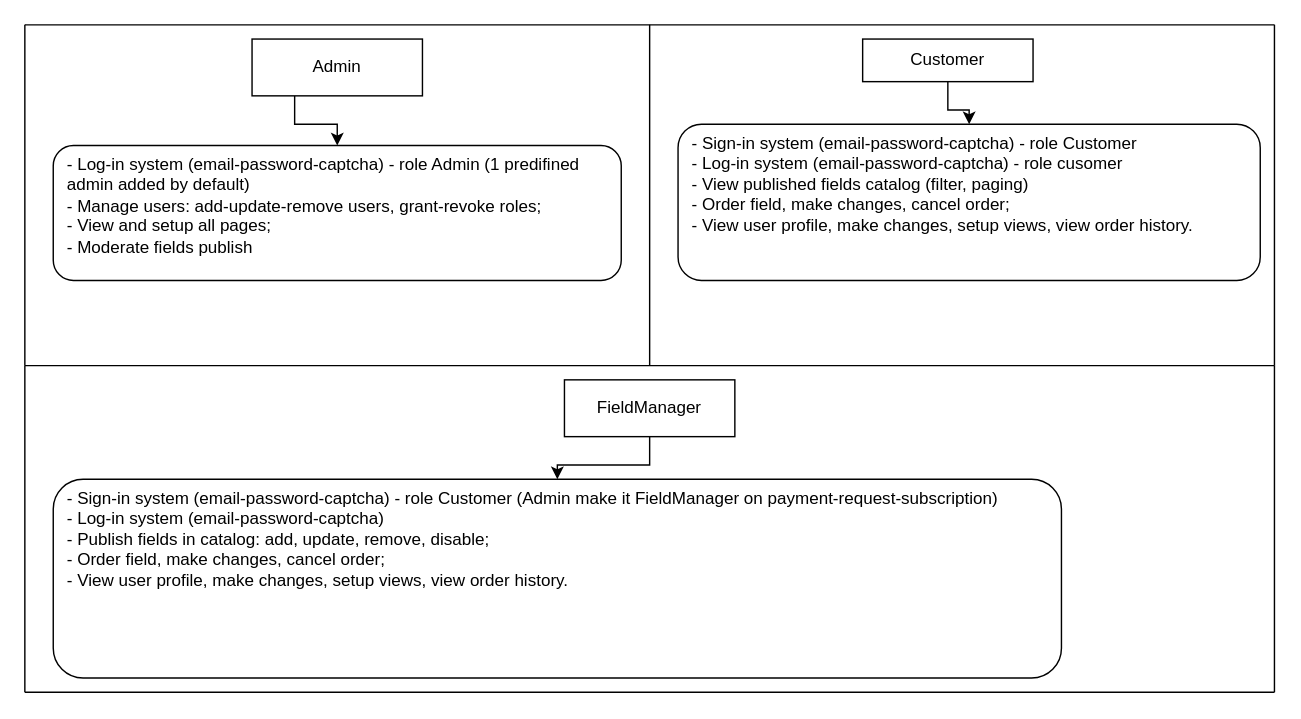
Earlier version of the draw.io diagram page "Страница — 1" (1 of 2) of renome_project/Диаграмма без названия.drawio (avolobuev/web). Source tidied: cells renumbered, new cells numbered last; positions are measured from the earlier drawing's top-left corner, leaving out a move shared by most shapes. Both pictures are drawn from the tidied source at 142%, with x=0, y=0 at pixel (24, 24).
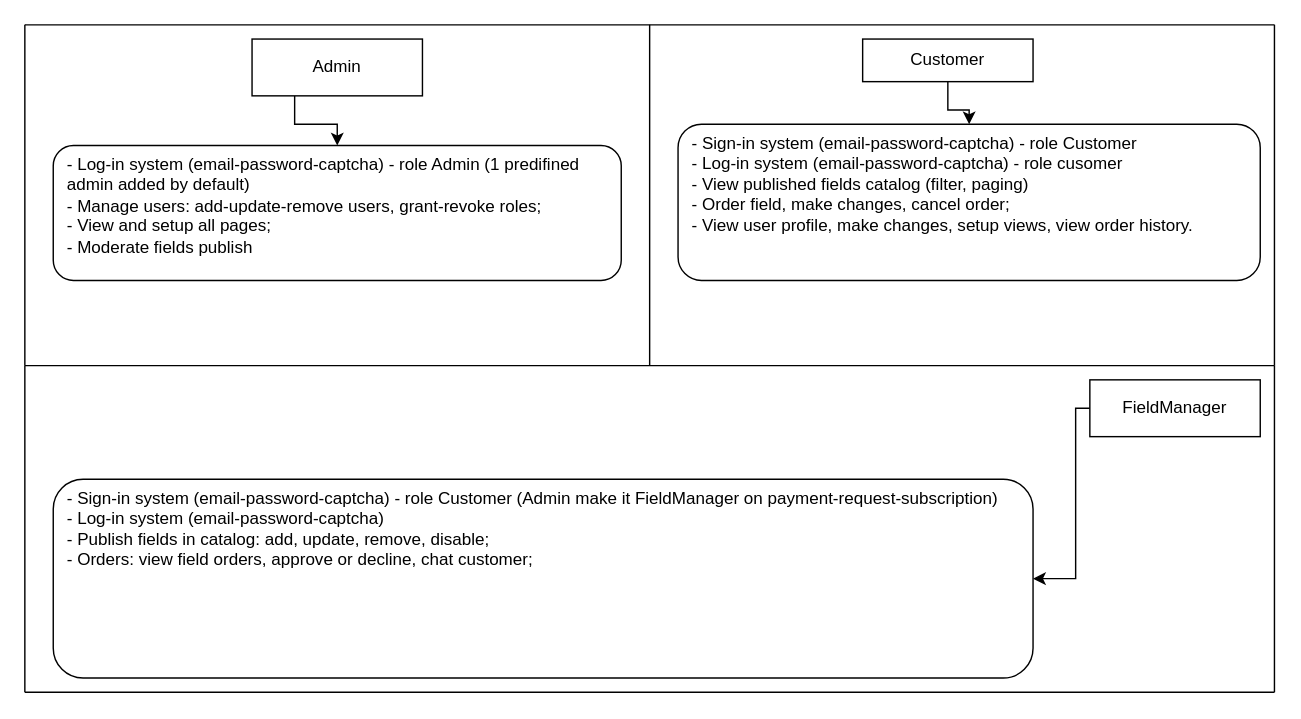
The same page after the edit.

The edit, as a diff of the source:
```diff
@@
-    <mxCell id="4" style="edgeStyle=orthogonalEdgeStyle;rounded=0;jettySize=auto;html=1;" parent="1" edge="1" source="5" target="17">
-      <mxGeometry relative="1" as="geometry" />
+    <mxCell id="4" style="edgeStyle=orthogonalEdgeStyle;rounded=0;jettySize=auto;html=1;entryX=1;entryY=0.5;entryDx=0;entryDy=0;" parent="1" edge="1" source="5" target="17">
+      <mxGeometry relative="1" as="geometry">
+        <Array as="points">
+          <mxPoint x="740" y="270" />
+          <mxPoint x="740" y="390" />
+        </Array>
+      </mxGeometry>
     </mxCell>
     <mxCell id="5" value="FieldManager" style="rounded=0;whiteSpace=wrap;html=1;" parent="1" vertex="1">
-      <mxGeometry x="380" y="250" width="120" height="40" as="geometry" />
+      <mxGeometry x="750" y="250" width="120" height="40" as="geometry" />
     </mxCell>
@@
-    <mxCell id="17" value="- Sign-in system (email-password-captcha) - role Customer (Admin make it FieldManager on payment-request-subscription)&lt;br&gt;- Log-in system (email-password-captcha)&lt;br&gt;- Publish fields in catalog: add, update, remove, disable;&lt;br&gt;- Order field, make changes, cancel order;&lt;br&gt;- View user profile, make changes, setup views, view order history." style="rounded=1;whiteSpace=wrap;html=1;align=left;spacingLeft=8;verticalAlign=top;" parent="1" vertex="1">
-      <mxGeometry x="20" y="320" width="710" height="140" as="geometry" />
+    <mxCell id="17" value="- Sign-in system (email-password-captcha) - role Customer (Admin make it FieldManager on payment-request-subscription)&lt;br&gt;- Log-in system (email-password-captcha)&lt;br&gt;- Publish fields in catalog: add, update, remove, disable;&lt;br&gt;- Orders: view field orders, approve or decline, chat customer;" style="rounded=1;whiteSpace=wrap;html=1;align=left;spacingLeft=8;verticalAlign=top;" parent="1" vertex="1">
+      <mxGeometry x="20" y="320" width="690" height="140" as="geometry" />
     </mxCell>
```
